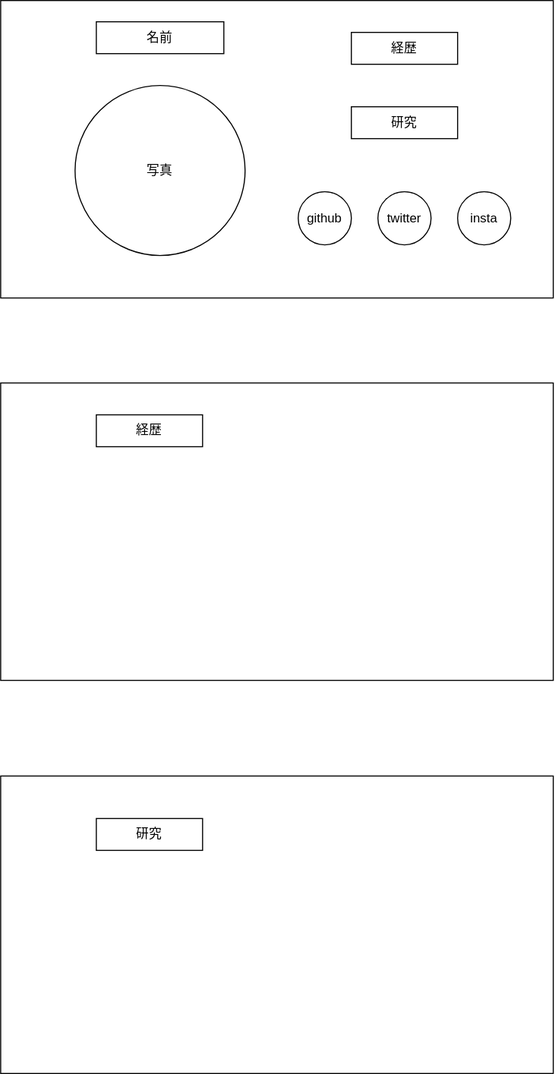
The draw.io diagram homepage.svg in Hironori8/nakano-homepage, before a commit. Source tidied: cells renumbered, new cells last; positions are measured from the earlier drawing's top-left corner, leaving out a move shared by most shapes.
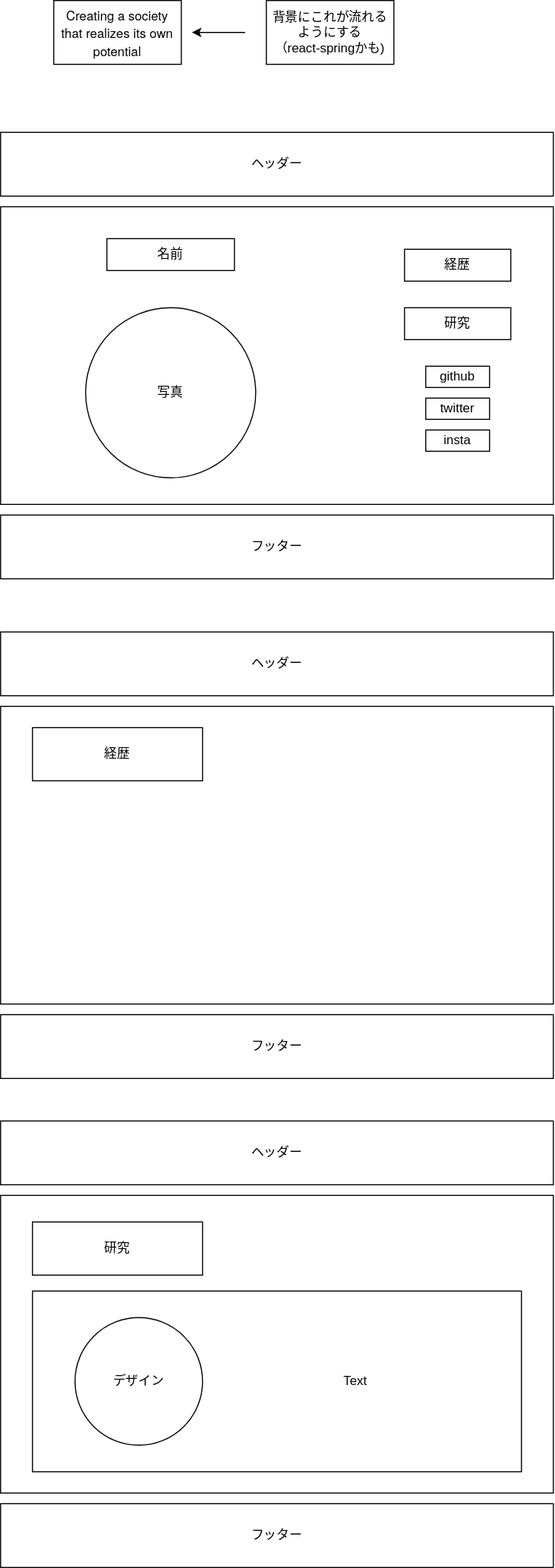
Above is the later version.

Diff of the diagram source:
```diff
@@ -2,41 +2,88 @@
   <root>
     <mxCell id="0" />
     <mxCell id="1" parent="0" />
+    <mxCell id="14" style="verticalLabelPosition=bottom;verticalAlign=top;html=1;shape=mxgraph.basic.rect;fillColor2=none;strokeWidth=1;size=20;indent=5;" parent="1" vertex="1">
+      <mxGeometry x="400" y="-50" width="140" height="250" as="geometry" />
+    </mxCell>
     <mxCell id="2" style="rounded=0;whiteSpace=wrap;html=1;" parent="1" vertex="1">
-      <mxGeometry width="520" height="280" as="geometry" />
+      <mxGeometry x="40" y="-60" width="520" height="280" as="geometry" />
     </mxCell>
     <mxCell id="3" value="名前" style="rounded=0;whiteSpace=wrap;html=1;" parent="1" vertex="1">
-      <mxGeometry x="90" y="20" width="120" height="30" as="geometry" />
+      <mxGeometry x="140" y="-30" width="120" height="30" as="geometry" />
     </mxCell>
     <mxCell id="4" value="写真" style="ellipse;whiteSpace=wrap;html=1;" parent="1" vertex="1">
-      <mxGeometry x="70" y="80" width="160" height="160" as="geometry" />
+      <mxGeometry x="120" y="35" width="160" height="160" as="geometry" />
     </mxCell>
     <mxCell id="5" value="経歴" style="rounded=0;whiteSpace=wrap;html=1;" parent="1" vertex="1">
-      <mxGeometry x="330" y="30" width="100" height="30" as="geometry" />
+      <mxGeometry x="420" y="-20" width="100" height="30" as="geometry" />
     </mxCell>
     <mxCell id="6" value="研究" style="rounded=0;whiteSpace=wrap;html=1;" parent="1" vertex="1">
-      <mxGeometry x="330" y="100" width="100" height="30" as="geometry" />
+      <mxGeometry x="420" y="35" width="100" height="30" as="geometry" />
     </mxCell>
+    <mxCell id="10" style="rounded=0;whiteSpace=wrap;html=1;" parent="1" vertex="1">
+      <mxGeometry x="40" y="410" width="520" height="280" as="geometry" />
+    </mxCell>
+    <mxCell id="11" style="rounded=0;whiteSpace=wrap;html=1;" parent="1" vertex="1">
+      <mxGeometry x="40" y="870" width="520" height="280" as="geometry" />
+    </mxCell>
+    <mxCell id="12" value="経歴" style="rounded=0;whiteSpace=wrap;html=1;" parent="1" vertex="1">
+      <mxGeometry x="70" y="430" width="160" height="50" as="geometry" />
+    </mxCell>
+    <mxCell id="15" value="&lt;p class=&quot;p1&quot; style=&quot;margin: 0px ; font-stretch: normal ; line-height: normal ; font-family: &amp;#34;helvetica neue&amp;#34;&quot;&gt;Creating a society that realizes its own potential&lt;/p&gt;" style="rounded=0;whiteSpace=wrap;html=1;" parent="1" vertex="1">
+      <mxGeometry x="90" y="-254" width="120" height="60" as="geometry" />
+    </mxCell>
+    <mxCell id="16" style="endArrow=classic;html=1;" parent="1" edge="1">
+      <mxGeometry relative="1" as="geometry">
+        <mxPoint x="270" y="-224" as="sourcePoint" />
+        <mxPoint x="220" y="-224" as="targetPoint" />
+      </mxGeometry>
+    </mxCell>
+    <mxCell id="17" value="背景にこれが流れるようにする&lt;br&gt;（react-springかも)" style="rounded=0;whiteSpace=wrap;html=1;" parent="1" vertex="1">
+      <mxGeometry x="290" y="-254" width="120" height="60" as="geometry" />
+    </mxCell>
+    <mxCell id="18" value="ヘッダー" style="rounded=0;whiteSpace=wrap;html=1;" parent="1" vertex="1">
+      <mxGeometry x="40" y="-130" width="520" height="60" as="geometry" />
+    </mxCell>
-    <mxCell id="7" value="github" style="ellipse;whiteSpace=wrap;html=1;" parent="1" vertex="1">
-      <mxGeometry x="280" y="180" width="50" height="50" as="geometry" />
+    <mxCell id="7" value="&lt;span&gt;github&lt;/span&gt;" style="rounded=0;whiteSpace=wrap;html=1;" parent="1" vertex="1">
+      <mxGeometry x="440" y="90" width="60" height="20" as="geometry" />
     </mxCell>
-    <mxCell id="8" value="twitter" style="ellipse;whiteSpace=wrap;html=1;" parent="1" vertex="1">
-      <mxGeometry x="355" y="180" width="50" height="50" as="geometry" />
+    <mxCell id="8" value="twitter" style="rounded=0;whiteSpace=wrap;html=1;" parent="1" vertex="1">
+      <mxGeometry x="440" y="120" width="60" height="20" as="geometry" />
     </mxCell>
-    <mxCell id="9" value="insta" style="ellipse;whiteSpace=wrap;html=1;" parent="1" vertex="1">
-      <mxGeometry x="430" y="180" width="50" height="50" as="geometry" />
+    <mxCell id="9" value="insta" style="rounded=0;whiteSpace=wrap;html=1;" parent="1" vertex="1">
+      <mxGeometry x="440" y="150" width="60" height="20" as="geometry" />
     </mxCell>
-    <mxCell id="10" style="rounded=0;whiteSpace=wrap;html=1;" parent="1" vertex="1">
-      <mxGeometry y="360" width="520" height="280" as="geometry" />
-    </mxCell>
-    <mxCell id="11" style="rounded=0;whiteSpace=wrap;html=1;" parent="1" vertex="1">
-      <mxGeometry y="730" width="520" height="280" as="geometry" />
-    </mxCell>
-    <mxCell id="12" value="経歴" style="rounded=0;whiteSpace=wrap;html=1;" parent="1" vertex="1">
-      <mxGeometry x="90" y="390" width="100" height="30" as="geometry" />
-    </mxCell>
+    <mxCell id="19" value="フッター" style="rounded=0;whiteSpace=wrap;html=1;" parent="1" vertex="1">
+      <mxGeometry x="40" y="230" width="520" height="60" as="geometry" />
+    </mxCell>
+    <mxCell id="20" style="endArrow=none;html=1;" parent="1" edge="1" source="2">
+      <mxGeometry relative="1" as="geometry">
+        <mxPoint x="410" y="-60" as="targetPoint" />
+      </mxGeometry>
+    </mxCell>
+    <mxCell id="21" value="ヘッダー" style="rounded=0;whiteSpace=wrap;html=1;" parent="1" vertex="1">
+      <mxGeometry x="40" y="340" width="520" height="60" as="geometry" />
+    </mxCell>
+    <mxCell id="22" value="フッター" style="rounded=0;whiteSpace=wrap;html=1;" parent="1" vertex="1">
+      <mxGeometry x="40" y="700" width="520" height="60" as="geometry" />
+    </mxCell>
+    <mxCell id="23" value="フッター" style="rounded=0;whiteSpace=wrap;html=1;" parent="1" vertex="1">
+      <mxGeometry x="40" y="1160" width="520" height="60" as="geometry" />
+    </mxCell>
+    <mxCell id="24" value="ヘッダー" style="rounded=0;whiteSpace=wrap;html=1;" parent="1" vertex="1">
+      <mxGeometry x="40" y="800" width="520" height="60" as="geometry" />
+    </mxCell>
     <mxCell id="13" value="研究" style="rounded=0;whiteSpace=wrap;html=1;" parent="1" vertex="1">
-      <mxGeometry x="90" y="770" width="100" height="30" as="geometry" />
+      <mxGeometry x="70" y="895" width="160" height="50" as="geometry" />
     </mxCell>
+    <mxCell id="25" style="rounded=0;whiteSpace=wrap;html=1;" parent="1" vertex="1">
+      <mxGeometry x="70" y="960" width="460" height="170" as="geometry" />
+    </mxCell>
+    <mxCell id="26" value="デザイン" style="ellipse;whiteSpace=wrap;html=1;" parent="1" vertex="1">
+      <mxGeometry x="110" y="985" width="120" height="120" as="geometry" />
+    </mxCell>
+    <mxCell id="27" value="Text" style="text;html=1;strokeColor=none;fillColor=none;align=center;verticalAlign=middle;whiteSpace=wrap;rounded=0;" parent="1" vertex="1">
+      <mxGeometry x="319" y="1005" width="110" height="80" as="geometry" />
+    </mxCell>
   </root>
 </mxGraphModel>
```
